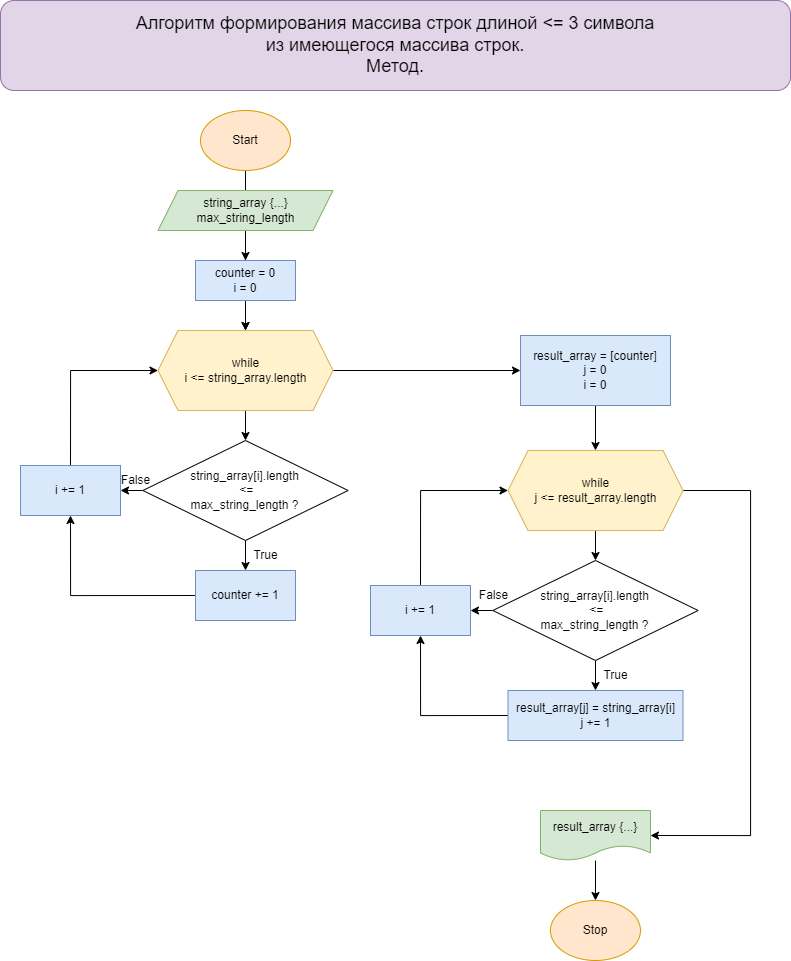
Before: Algorithm_BS.png, a diagram exported from draw.io (KuznetsovKU/first_quarter_verification). Source tidied: cells renumbered, new cells last; positions are measured from the earlier drawing's top-left corner, leaving out a move shared by most shapes. Source of this version:
```xml
<mxGraphModel>
  <root>
    <mxCell id="0" />
    <mxCell id="1" parent="0" />
    <mxCell id="2" style="edgeStyle=orthogonalEdgeStyle;rounded=0;jettySize=auto;html=1;" parent="1" edge="1" source="3" target="8">
      <mxGeometry relative="1" as="geometry" />
    </mxCell>
    <mxCell id="3" value="Start" style="ellipse;whiteSpace=wrap;html=1;fillColor=#ffe6cc;strokeColor=#d79b00;" parent="1" vertex="1">
      <mxGeometry x="200" y="110" width="90" height="60" as="geometry" />
    </mxCell>
    <mxCell id="4" value="&lt;span style=&quot;font-size: 18px;&quot;&gt;Алгоритм формирования массива строк длиной &amp;lt;= 3 символа &lt;br&gt;из имеющегося массива строк.&lt;br&gt;Метод.&lt;br&gt;&lt;/span&gt;" style="rounded=1;whiteSpace=wrap;html=1;fillColor=#e1d5e7;strokeColor=#9673a6;" parent="1" vertex="1">
      <mxGeometry width="790" height="90" as="geometry" />
    </mxCell>
    <mxCell id="5" style="edgeStyle=orthogonalEdgeStyle;rounded=0;jettySize=auto;html=1;" parent="1" edge="1" source="6" target="11">
      <mxGeometry relative="1" as="geometry" />
    </mxCell>
    <mxCell id="6" value="string_array {...}&lt;br&gt;max_string_length" style="shape=parallelogram;perimeter=parallelogramPerimeter;whiteSpace=wrap;html=1;fixedSize=1;fillColor=#d5e8d4;strokeColor=#82b366;" parent="1" vertex="1">
      <mxGeometry x="157.5" y="190" width="175" height="40" as="geometry" />
    </mxCell>
    <mxCell id="7" style="edgeStyle=orthogonalEdgeStyle;rounded=0;jettySize=auto;html=1;" parent="1" edge="1" source="8" target="11">
      <mxGeometry relative="1" as="geometry" />
    </mxCell>
    <mxCell id="8" value="counter = 0&lt;br&gt;i = 0" style="rounded=0;whiteSpace=wrap;html=1;fillColor=#dae8fc;strokeColor=#6c8ebf;" parent="1" vertex="1">
      <mxGeometry x="195" y="260" width="100" height="40" as="geometry" />
    </mxCell>
    <mxCell id="9" style="edgeStyle=orthogonalEdgeStyle;rounded=0;jettySize=auto;html=1;" parent="1" edge="1" source="11" target="14">
      <mxGeometry relative="1" as="geometry" />
    </mxCell>
    <mxCell id="10" style="edgeStyle=orthogonalEdgeStyle;rounded=0;jettySize=auto;html=1;exitX=1;exitY=0.5;exitDx=0;exitDy=0;entryX=0;entryY=0.5;entryDx=0;entryDy=0;" parent="1" edge="1" source="11" target="20">
      <mxGeometry relative="1" as="geometry" />
    </mxCell>
    <mxCell id="11" value="while&lt;br&gt;i &amp;lt;= string_array.length" style="shape=hexagon;perimeter=hexagonPerimeter2;whiteSpace=wrap;html=1;fixedSize=1;fillColor=#fff2cc;strokeColor=#d6b656;" parent="1" vertex="1">
      <mxGeometry x="157.5" y="330" width="175" height="80" as="geometry" />
    </mxCell>
    <mxCell id="12" style="edgeStyle=orthogonalEdgeStyle;rounded=0;jettySize=auto;html=1;" parent="1" edge="1" source="14" target="16">
      <mxGeometry relative="1" as="geometry" />
    </mxCell>
    <mxCell id="13" style="edgeStyle=orthogonalEdgeStyle;rounded=0;jettySize=auto;html=1;" parent="1" edge="1" source="14" target="18">
      <mxGeometry relative="1" as="geometry" />
    </mxCell>
    <mxCell id="14" value="string_array[i].length&lt;br&gt;&amp;nbsp;&amp;lt;= &lt;br&gt;max_string_length ?" style="rhombus;whiteSpace=wrap;html=1;" parent="1" vertex="1">
      <mxGeometry x="142.4" y="440" width="205.2" height="100" as="geometry" />
    </mxCell>
    <mxCell id="15" style="edgeStyle=orthogonalEdgeStyle;rounded=0;jettySize=auto;html=1;exitX=0;exitY=0.5;exitDx=0;exitDy=0;entryX=0.5;entryY=1;entryDx=0;entryDy=0;" parent="1" edge="1" source="16" target="18">
      <mxGeometry relative="1" as="geometry" />
    </mxCell>
    <mxCell id="16" value="counter += 1" style="rounded=0;whiteSpace=wrap;html=1;fillColor=#dae8fc;strokeColor=#6c8ebf;" parent="1" vertex="1">
      <mxGeometry x="195" y="570" width="100" height="50" as="geometry" />
    </mxCell>
    <mxCell id="17" style="edgeStyle=orthogonalEdgeStyle;rounded=0;jettySize=auto;html=1;exitX=0.5;exitY=0;exitDx=0;exitDy=0;entryX=0;entryY=0.5;entryDx=0;entryDy=0;" parent="1" edge="1" source="18" target="11">
      <mxGeometry relative="1" as="geometry" />
    </mxCell>
    <mxCell id="18" value="i += 1" style="rounded=0;whiteSpace=wrap;html=1;fillColor=#dae8fc;strokeColor=#6c8ebf;" parent="1" vertex="1">
      <mxGeometry x="20" y="465" width="100" height="50" as="geometry" />
    </mxCell>
    <mxCell id="19" style="edgeStyle=orthogonalEdgeStyle;rounded=0;jettySize=auto;html=1;" parent="1" edge="1" source="20" target="23">
      <mxGeometry relative="1" as="geometry" />
    </mxCell>
    <mxCell id="20" value="result_array = [counter]&lt;br&gt;j = 0&lt;br&gt;i = 0" style="rounded=0;whiteSpace=wrap;html=1;fillColor=#dae8fc;strokeColor=#6c8ebf;" parent="1" vertex="1">
      <mxGeometry x="520" y="335" width="150" height="70" as="geometry" />
    </mxCell>
    <mxCell id="21" style="edgeStyle=orthogonalEdgeStyle;rounded=0;jettySize=auto;html=1;" parent="1" edge="1" source="23" target="26">
      <mxGeometry relative="1" as="geometry" />
    </mxCell>
    <mxCell id="22" style="edgeStyle=orthogonalEdgeStyle;rounded=0;jettySize=auto;html=1;exitX=1;exitY=0.5;exitDx=0;exitDy=0;entryX=1;entryY=0.5;entryDx=0;entryDy=0;" parent="1" edge="1" source="23" target="32">
      <mxGeometry relative="1" as="geometry">
        <Array as="points">
          <mxPoint x="750" y="490" />
          <mxPoint x="750" y="835" />
        </Array>
      </mxGeometry>
    </mxCell>
    <mxCell id="23" value="while&lt;br&gt;j &amp;lt;= result_array.length" style="shape=hexagon;perimeter=hexagonPerimeter2;whiteSpace=wrap;html=1;fixedSize=1;fillColor=#fff2cc;strokeColor=#d6b656;" parent="1" vertex="1">
      <mxGeometry x="507.5" y="450" width="175" height="80" as="geometry" />
    </mxCell>
    <mxCell id="24" style="edgeStyle=orthogonalEdgeStyle;rounded=0;jettySize=auto;html=1;" parent="1" edge="1" source="26" target="30">
      <mxGeometry relative="1" as="geometry" />
    </mxCell>
    <mxCell id="25" style="edgeStyle=orthogonalEdgeStyle;rounded=0;jettySize=auto;html=1;" parent="1" edge="1" source="26" target="28">
      <mxGeometry relative="1" as="geometry" />
    </mxCell>
    <mxCell id="26" value="string_array[i].length&lt;br&gt;&amp;nbsp;&amp;lt;= &lt;br&gt;max_string_length ?" style="rhombus;whiteSpace=wrap;html=1;" parent="1" vertex="1">
      <mxGeometry x="492.4" y="560" width="205.2" height="100" as="geometry" />
    </mxCell>
    <mxCell id="27" style="edgeStyle=orthogonalEdgeStyle;rounded=0;jettySize=auto;html=1;exitX=0.5;exitY=0;exitDx=0;exitDy=0;entryX=0;entryY=0.5;entryDx=0;entryDy=0;" parent="1" edge="1" source="28" target="23">
      <mxGeometry relative="1" as="geometry" />
    </mxCell>
    <mxCell id="28" value="i += 1" style="rounded=0;whiteSpace=wrap;html=1;fillColor=#dae8fc;strokeColor=#6c8ebf;" parent="1" vertex="1">
      <mxGeometry x="370" y="585" width="100" height="50" as="geometry" />
    </mxCell>
    <mxCell id="29" style="edgeStyle=orthogonalEdgeStyle;rounded=0;jettySize=auto;html=1;exitX=0;exitY=0.5;exitDx=0;exitDy=0;entryX=0.5;entryY=1;entryDx=0;entryDy=0;" parent="1" edge="1" source="30" target="28">
      <mxGeometry relative="1" as="geometry" />
    </mxCell>
    <mxCell id="30" value="result_array[j] = string_array[i]&lt;br&gt;j += 1" style="rounded=0;whiteSpace=wrap;html=1;fillColor=#dae8fc;strokeColor=#6c8ebf;" parent="1" vertex="1">
      <mxGeometry x="507.5" y="690" width="175" height="50" as="geometry" />
    </mxCell>
    <mxCell id="31" style="edgeStyle=orthogonalEdgeStyle;rounded=0;jettySize=auto;html=1;" parent="1" edge="1" source="32" target="33">
      <mxGeometry relative="1" as="geometry" />
    </mxCell>
    <mxCell id="32" value="result_array {...}" style="shape=document;whiteSpace=wrap;html=1;boundedLbl=1;fillColor=#d5e8d4;strokeColor=#82b366;" parent="1" vertex="1">
      <mxGeometry x="540" y="810" width="110" height="50" as="geometry" />
    </mxCell>
    <mxCell id="33" value="Stop" style="ellipse;whiteSpace=wrap;html=1;fillColor=#ffe6cc;strokeColor=#d79b00;" parent="1" vertex="1">
      <mxGeometry x="550" y="900" width="90" height="60" as="geometry" />
    </mxCell>
    <mxCell id="34" value="False" style="text;html=1;align=center;verticalAlign=middle;strokeColor=none;fillColor=none;" parent="1" vertex="1">
      <mxGeometry x="467.5" y="580" width="50" height="30" as="geometry" />
    </mxCell>
    <mxCell id="35" value="True" style="text;html=1;align=center;verticalAlign=middle;strokeColor=none;fillColor=none;" parent="1" vertex="1">
      <mxGeometry x="590" y="660" width="50" height="30" as="geometry" />
    </mxCell>
    <mxCell id="36" value="True" style="text;html=1;align=center;verticalAlign=middle;strokeColor=none;fillColor=none;" parent="1" vertex="1">
      <mxGeometry x="240" y="540" width="50" height="30" as="geometry" />
    </mxCell>
    <mxCell id="37" value="False" style="text;html=1;align=center;verticalAlign=middle;strokeColor=none;fillColor=none;" parent="1" vertex="1">
      <mxGeometry x="110" y="465" width="50" height="30" as="geometry" />
    </mxCell>
  </root>
</mxGraphModel>
```
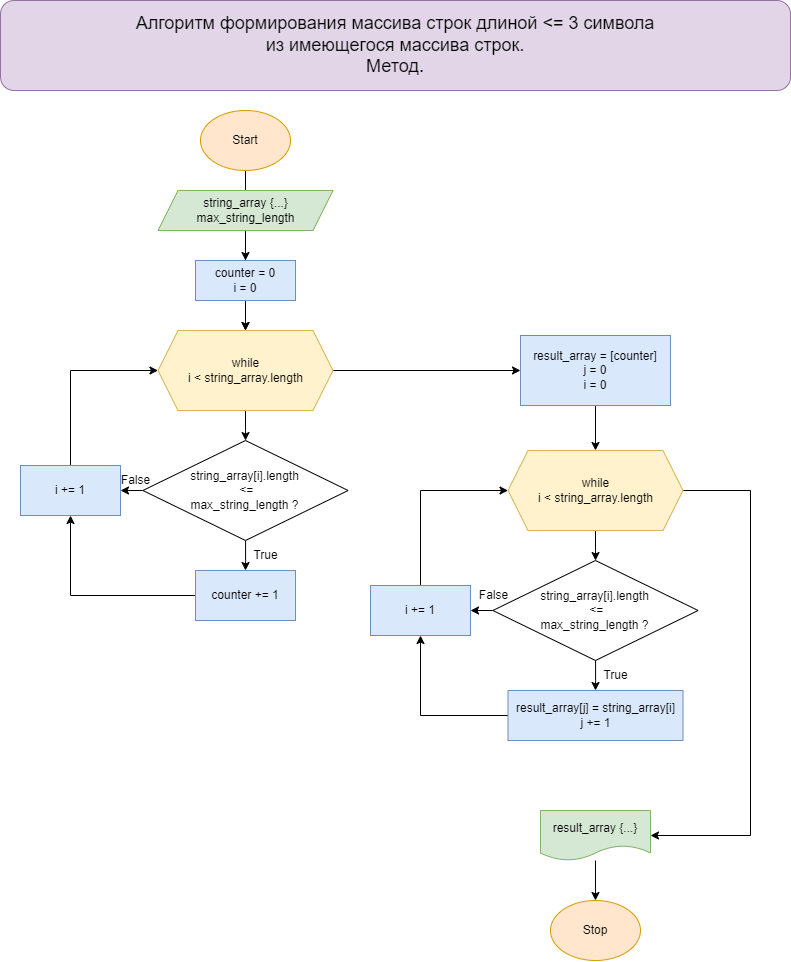
The same diagram one commit later.

Commit message:
remake flowchart

The edit, as a diff of the source:
```diff
@@ -29,7 +29,7 @@
     <mxCell id="10" style="edgeStyle=orthogonalEdgeStyle;rounded=0;jettySize=auto;html=1;exitX=1;exitY=0.5;exitDx=0;exitDy=0;entryX=0;entryY=0.5;entryDx=0;entryDy=0;" parent="1" edge="1" source="11" target="20">
       <mxGeometry relative="1" as="geometry" />
     </mxCell>
-    <mxCell id="11" value="while&lt;br&gt;i &amp;lt;= string_array.length" style="shape=hexagon;perimeter=hexagonPerimeter2;whiteSpace=wrap;html=1;fixedSize=1;fillColor=#fff2cc;strokeColor=#d6b656;" parent="1" vertex="1">
+    <mxCell id="11" value="while&lt;br&gt;i &amp;lt; string_array.length" style="shape=hexagon;perimeter=hexagonPerimeter2;whiteSpace=wrap;html=1;fixedSize=1;fillColor=#fff2cc;strokeColor=#d6b656;" parent="1" vertex="1">
       <mxGeometry x="157.5" y="330" width="175" height="80" as="geometry" />
     </mxCell>
     <mxCell id="12" style="edgeStyle=orthogonalEdgeStyle;rounded=0;jettySize=auto;html=1;" parent="1" edge="1" source="14" target="16">
@@ -70,7 +70,7 @@
         </Array>
       </mxGeometry>
     </mxCell>
-    <mxCell id="23" value="while&lt;br&gt;j &amp;lt;= result_array.length" style="shape=hexagon;perimeter=hexagonPerimeter2;whiteSpace=wrap;html=1;fixedSize=1;fillColor=#fff2cc;strokeColor=#d6b656;" parent="1" vertex="1">
+    <mxCell id="23" value="while&lt;br&gt;i &amp;lt; string_array.length" style="shape=hexagon;perimeter=hexagonPerimeter2;whiteSpace=wrap;html=1;fixedSize=1;fillColor=#fff2cc;strokeColor=#d6b656;" parent="1" vertex="1">
       <mxGeometry x="507.5" y="450" width="175" height="80" as="geometry" />
     </mxCell>
     <mxCell id="24" style="edgeStyle=orthogonalEdgeStyle;rounded=0;jettySize=auto;html=1;" parent="1" edge="1" source="26" target="30">
```
